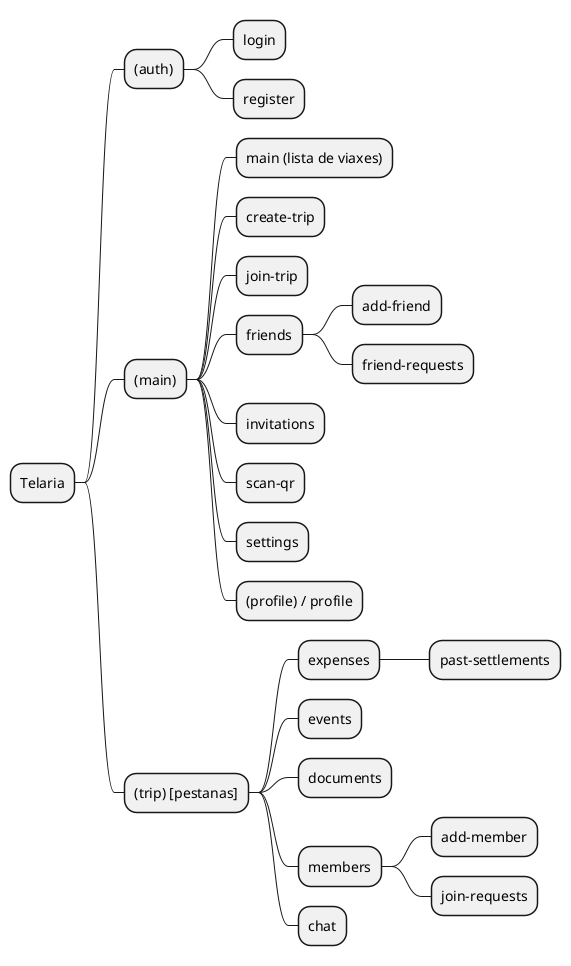
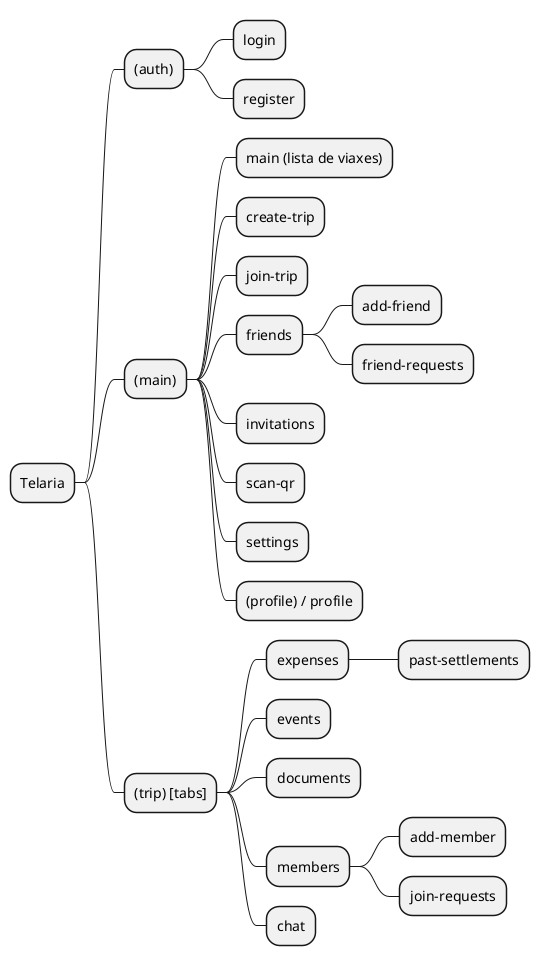
@startmindmap navegacion
skinparam shadowing false
* Telaria
** (auth)
*** login
*** register
** (main)
*** main (lista de viaxes)
*** create-trip
*** join-trip
*** friends
**** add-friend
**** friend-requests
*** invitations
*** scan-qr
*** settings
*** (profile) / profile
- ** (trip) [pestanas]
+ ** (trip) [tabs]
*** expenses
**** past-settlements
*** events
*** documents
*** members
**** add-member
**** join-requests
*** chat
@endmindmap
